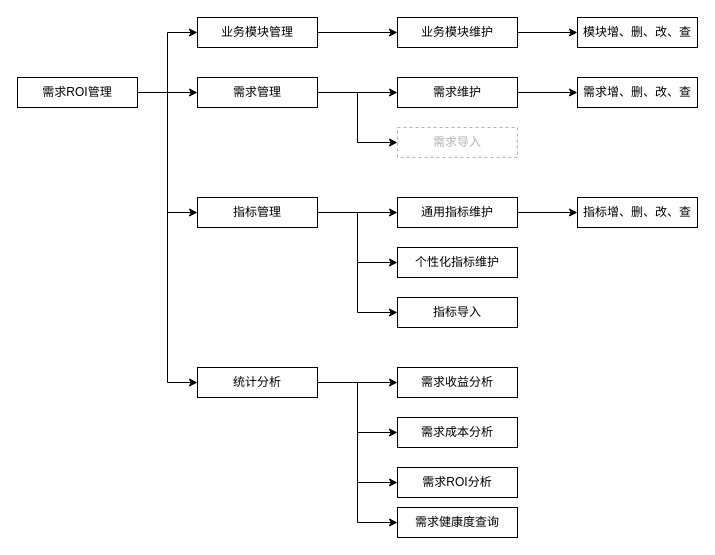
Earlier version of the draw.io diagram page "功能结构图" (3 of 3) of 需求ROI评估.drawio (lihongliang1989/diagram). Source tidied: cells renumbered, new cells numbered last; positions are measured from the earlier drawing's top-left corner, leaving out a move shared by most shapes. Both pictures are drawn from the tidied source at 100%, with x=0, y=0 at pixel (17, 17).
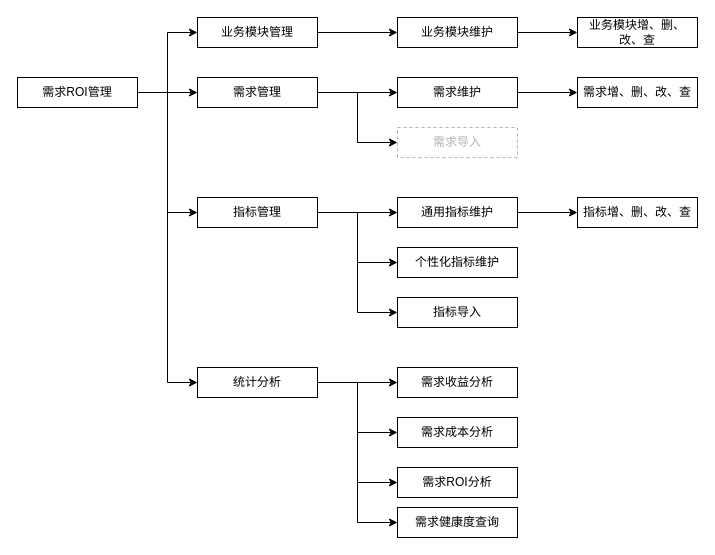
The same page after the edit.

Diff of the diagram source:
```diff
@@
-    <mxCell id="36" value="模块增、删、改、查" style="rounded=0;whiteSpace=wrap;html=1;gradientColor=none;" parent="1" vertex="1">
+    <mxCell id="36" value="业务模块增、删、改、查" style="rounded=0;whiteSpace=wrap;html=1;gradientColor=none;" parent="1" vertex="1">
       <mxGeometry x="560" width="120" height="30" as="geometry" />
     </mxCell>
```
